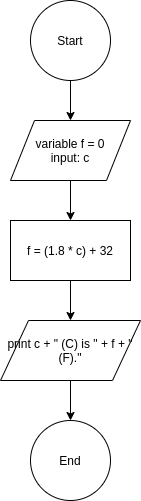
Before: CelToFah.png, a diagram exported from draw.io (stsiwo/FlowCharts_IRC110). Source tidied: cells renumbered, new cells last; positions are measured from the earlier drawing's top-left corner, leaving out a move shared by most shapes. The source it was exported from:
```xml
<mxGraphModel>
  <root>
    <mxCell id="0" />
    <mxCell id="1" parent="0" />
    <mxCell id="2" style="edgeStyle=orthogonalEdgeStyle;rounded=0;jettySize=auto;html=1;" parent="1" edge="1" source="3" target="5">
      <mxGeometry relative="1" as="geometry" />
    </mxCell>
    <mxCell id="3" value="Start" style="ellipse;whiteSpace=wrap;html=1;" parent="1" vertex="1">
      <mxGeometry x="30" width="80" height="80" as="geometry" />
    </mxCell>
    <mxCell id="4" style="edgeStyle=orthogonalEdgeStyle;rounded=0;jettySize=auto;html=1;" parent="1" edge="1" source="5" target="7">
      <mxGeometry relative="1" as="geometry" />
    </mxCell>
    <mxCell id="5" value="variable f = 0&lt;br&gt;input: c" style="shape=parallelogram;perimeter=parallelogramPerimeter;whiteSpace=wrap;html=1;" parent="1" vertex="1">
      <mxGeometry x="10" y="120" width="120" height="60" as="geometry" />
    </mxCell>
    <mxCell id="6" style="edgeStyle=orthogonalEdgeStyle;rounded=0;jettySize=auto;html=1;entryX=0.5;entryY=0;entryDx=0;entryDy=0;" parent="1" edge="1" source="7" target="9">
      <mxGeometry relative="1" as="geometry" />
    </mxCell>
    <mxCell id="7" value="f = (1.8 * c) + 32" style="rounded=0;whiteSpace=wrap;html=1;" parent="1" vertex="1">
      <mxGeometry x="10" y="220" width="120" height="60" as="geometry" />
    </mxCell>
    <mxCell id="8" style="edgeStyle=orthogonalEdgeStyle;rounded=0;jettySize=auto;html=1;" parent="1" edge="1" source="9" target="10">
      <mxGeometry relative="1" as="geometry" />
    </mxCell>
    <mxCell id="9" value="print c + &quot; (C) is &quot; + f + &quot; (F).&quot;" style="shape=parallelogram;perimeter=parallelogramPerimeter;whiteSpace=wrap;html=1;" parent="1" vertex="1">
      <mxGeometry y="320" width="140" height="60" as="geometry" />
    </mxCell>
    <mxCell id="10" value="End" style="ellipse;whiteSpace=wrap;html=1;" parent="1" vertex="1">
      <mxGeometry x="30" y="420" width="80" height="80" as="geometry" />
    </mxCell>
  </root>
</mxGraphModel>
```
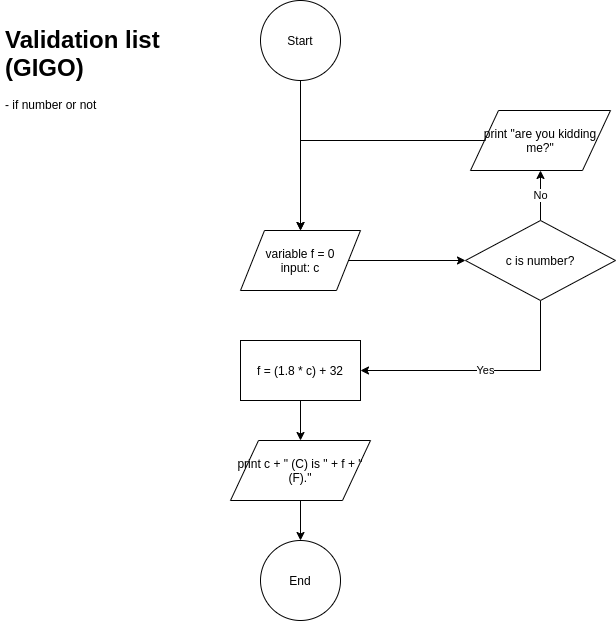
Above is the later version.

Diff of the diagram source:
```diff
@@ -6,13 +6,13 @@
       <mxGeometry relative="1" as="geometry" />
     </mxCell>
     <mxCell id="3" value="Start" style="ellipse;whiteSpace=wrap;html=1;" parent="1" vertex="1">
-      <mxGeometry x="30" width="80" height="80" as="geometry" />
+      <mxGeometry x="30" y="-120" width="80" height="80" as="geometry" />
     </mxCell>
-    <mxCell id="4" style="edgeStyle=orthogonalEdgeStyle;rounded=0;jettySize=auto;html=1;" parent="1" edge="1" source="5" target="7">
+    <mxCell id="4" style="edgeStyle=orthogonalEdgeStyle;rounded=0;jettySize=auto;html=1;entryX=0;entryY=0.5;entryDx=0;entryDy=0;" parent="1" edge="1" source="5" target="13">
       <mxGeometry relative="1" as="geometry" />
     </mxCell>
     <mxCell id="5" value="variable f = 0&lt;br&gt;input: c" style="shape=parallelogram;perimeter=parallelogramPerimeter;whiteSpace=wrap;html=1;" parent="1" vertex="1">
-      <mxGeometry x="10" y="120" width="120" height="60" as="geometry" />
+      <mxGeometry x="10" y="110" width="120" height="60" as="geometry" />
     </mxCell>
     <mxCell id="6" style="edgeStyle=orthogonalEdgeStyle;rounded=0;jettySize=auto;html=1;entryX=0.5;entryY=0;entryDx=0;entryDy=0;" parent="1" edge="1" source="7" target="9">
       <mxGeometry relative="1" as="geometry" />
@@ -29,5 +29,27 @@
     <mxCell id="10" value="End" style="ellipse;whiteSpace=wrap;html=1;" parent="1" vertex="1">
       <mxGeometry x="30" y="420" width="80" height="80" as="geometry" />
     </mxCell>
+    <mxCell id="11" value="No" style="edgeStyle=orthogonalEdgeStyle;rounded=0;jettySize=auto;html=1;" parent="1" edge="1" source="13" target="15">
+      <mxGeometry relative="1" as="geometry" />
+    </mxCell>
+    <mxCell id="12" value="Yes" style="edgeStyle=orthogonalEdgeStyle;rounded=0;jettySize=auto;html=1;entryX=1;entryY=0.5;entryDx=0;entryDy=0;" parent="1" edge="1" source="13" target="7">
+      <mxGeometry relative="1" as="geometry">
+        <Array as="points">
+          <mxPoint x="310" y="250" />
+        </Array>
+      </mxGeometry>
+    </mxCell>
+    <mxCell id="13" value="c is number?" style="rhombus;whiteSpace=wrap;html=1;" parent="1" vertex="1">
+      <mxGeometry x="235" y="100" width="150" height="80" as="geometry" />
+    </mxCell>
+    <mxCell id="14" style="edgeStyle=orthogonalEdgeStyle;rounded=0;jettySize=auto;html=1;entryX=0.5;entryY=0;entryDx=0;entryDy=0;" parent="1" edge="1" source="15" target="5">
+      <mxGeometry relative="1" as="geometry" />
+    </mxCell>
+    <mxCell id="15" value="print &quot;are you kidding me?&quot;" style="shape=parallelogram;perimeter=parallelogramPerimeter;whiteSpace=wrap;html=1;" parent="1" vertex="1">
+      <mxGeometry x="240" y="-10" width="140" height="60" as="geometry" />
+    </mxCell>
+    <mxCell id="16" value="&lt;h1&gt;Validation list (GIGO)&lt;/h1&gt;&lt;p&gt;- if number or not&lt;/p&gt;" style="text;html=1;strokeColor=none;fillColor=none;spacing=5;spacingTop=-20;whiteSpace=wrap;overflow=hidden;rounded=0;" parent="1" vertex="1">
+      <mxGeometry x="-230" y="-100" width="190" height="120" as="geometry" />
+    </mxCell>
   </root>
 </mxGraphModel>
```
